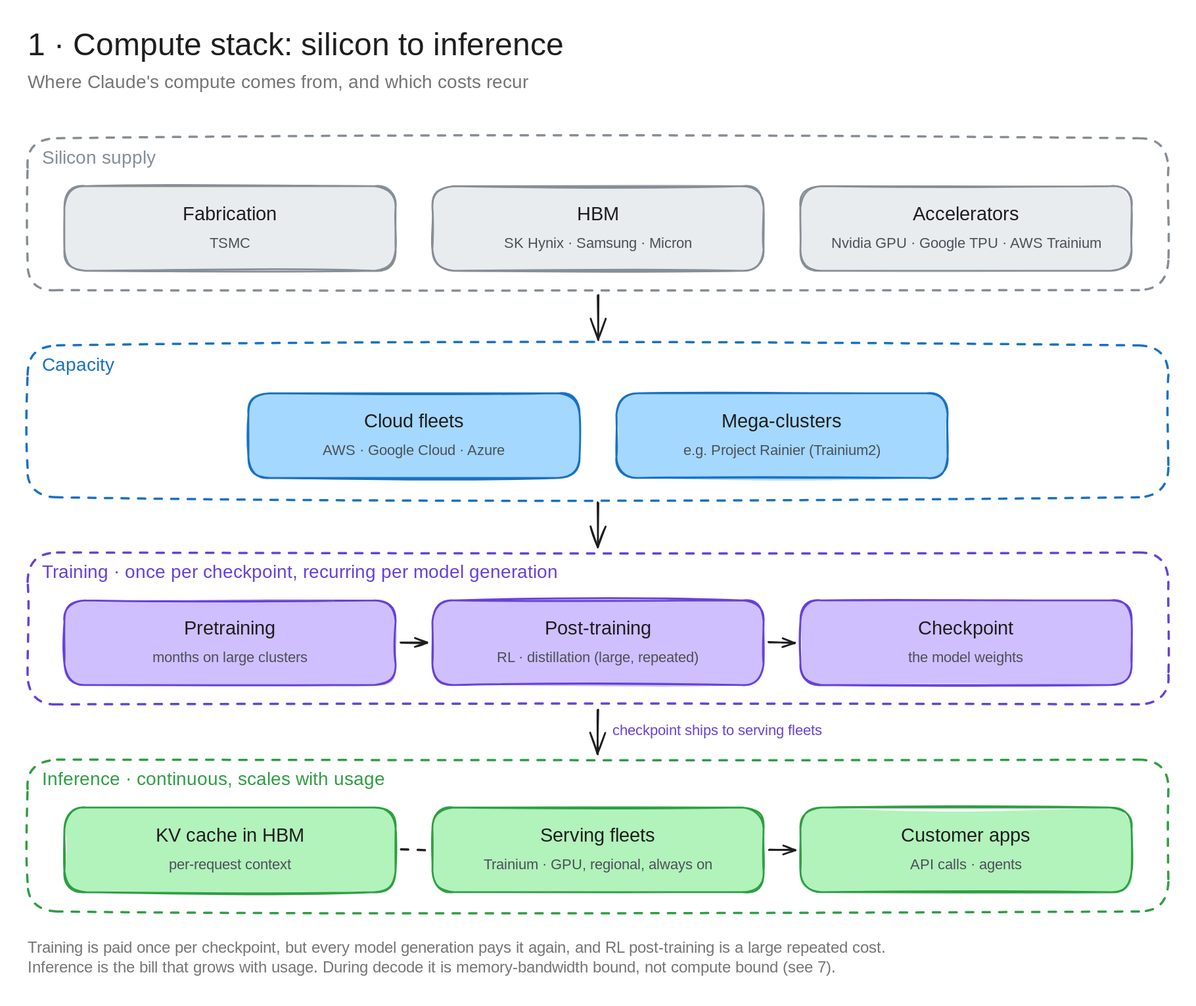
The Excalidraw diagram architecture-diagrams/claude-on-bedrock-excalidraw/diagrams/1-compute-stack.excalidraw.svg in bsnehanshu/slides, before a commit. Source tidied: one line per element, renumbered; positions are measured from the earlier drawing's top-left corner, leaving out a move shared by most shapes.
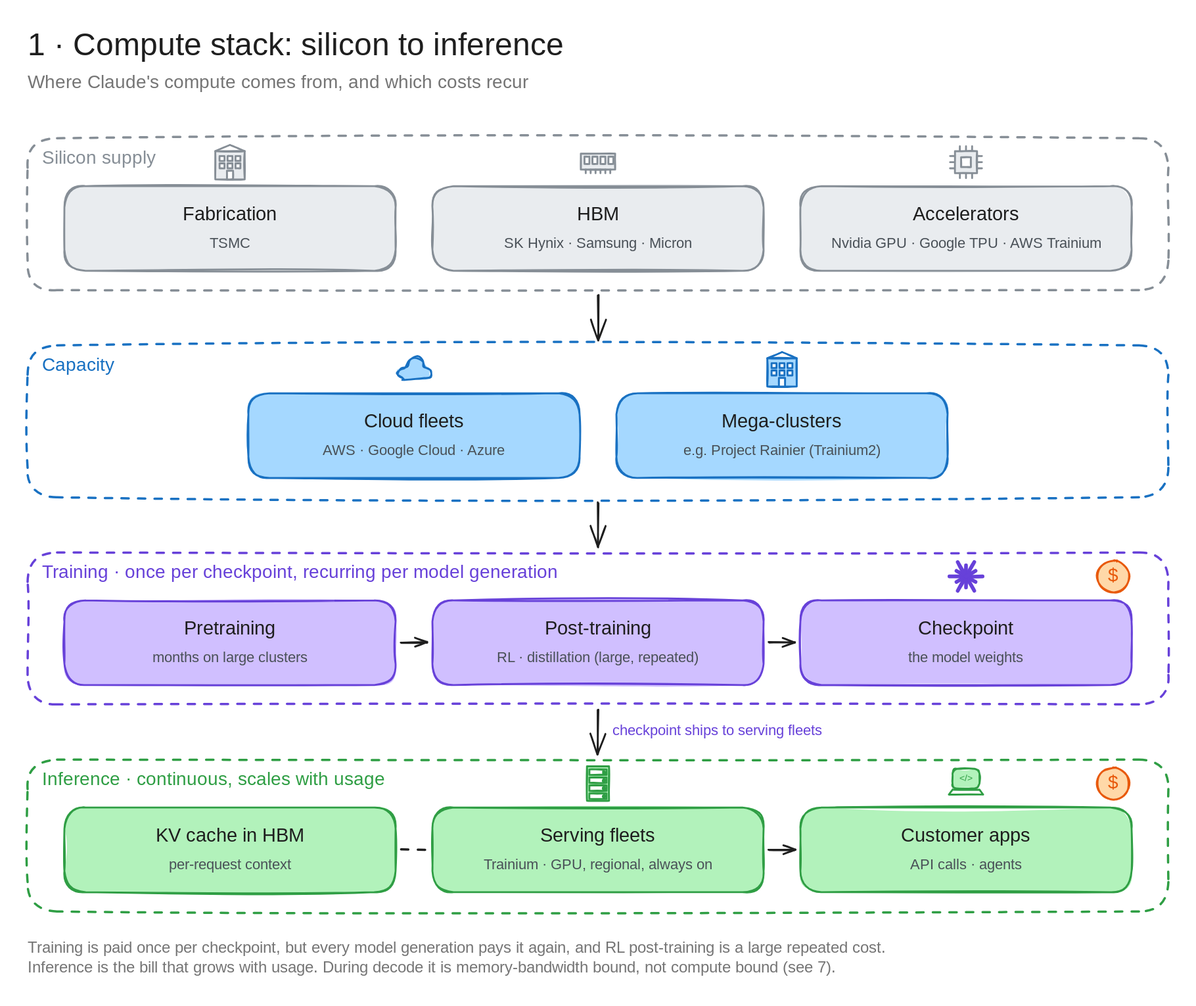
The same diagram one commit later.

Diff of the diagram source:
```diff
@@ -41,12 +41,84 @@
 {"id": 40, "type": "rectangle", "strokeColor": "#2f9e44", "backgroundColor": "#b2f2bb", "fillStyle": "solid", "strokeWidth": 2, "roughness": 1, "round": true, "x": 840, "y": 847, "width": 360, "height": 92}
 {"id": 41, "type": "text", "text": "Customer apps", "strokeColor": "#1e1e1e", "strokeWidth": 2, "roughness": 1, "fontSize": 21, "fontFamily": 5, "textAlign": "center", "x": 944, "y": 866, "width": 151, "height": 26}
 {"id": 42, "type": "text", "text": "API calls · agents", "strokeColor": "#495057", "strokeWidth": 2, "roughness": 1, "fontSize": 16, "fontFamily": 5, "textAlign": "center", "x": 950, "y": 900, "width": 141, "height": 20}
-{"id": 43, "type": "arrow", "strokeColor": "#1e1e1e", "strokeWidth": 2, "roughness": 1, "endArrowhead": "arrow", "round": true, "from": 23, "to": 26, "x": 406, "y": 668, "width": 28, "height": 0, "points": [[0, 0], [28, 0]]}
-{"id": 44, "type": "arrow", "strokeColor": "#1e1e1e", "strokeWidth": 2, "roughness": 1, "endArrowhead": "arrow", "round": true, "from": 26, "to": 29, "x": 806, "y": 668, "width": 28, "height": 0, "points": [[0, 0], [28, 0]]}
-{"id": 45, "type": "arrow", "strokeColor": "#1e1e1e", "strokeWidth": 2, "strokeStyle": "dashed", "roughness": 1, "round": true, "from": 34, "to": 37, "x": 406, "y": 893, "width": 28, "height": 0, "points": [[0, 0], [28, 0]]}
-{"id": 46, "type": "arrow", "strokeColor": "#1e1e1e", "strokeWidth": 2, "roughness": 1, "endArrowhead": "arrow", "round": true, "from": 37, "to": 40, "x": 806, "y": 893, "width": 28, "height": 0, "points": [[0, 0], [28, 0]]}
-{"id": 47, "type": "arrow", "strokeColor": "#1e1e1e", "strokeWidth": 2, "roughness": 1, "endArrowhead": "arrow", "round": true, "from": 2, "to": 13, "x": 620, "y": 291, "width": 0, "height": 48, "points": [[0, 0], [0, 48]]}
-{"id": 48, "type": "arrow", "strokeColor": "#1e1e1e", "strokeWidth": 2, "roughness": 1, "endArrowhead": "arrow", "round": true, "from": 13, "to": 21, "x": 620, "y": 516, "width": 0, "height": 48, "points": [[0, 0], [0, 48]]}
-{"id": 49, "type": "arrow", "strokeColor": "#1e1e1e", "strokeWidth": 2, "roughness": 1, "endArrowhead": "arrow", "round": true, "from": 21, "to": 32, "x": 620, "y": 741, "width": 0, "height": 48, "points": [[0, 0], [0, 48]]}
+{"id": 52, "type": "rectangle", "strokeColor": "#868e96", "backgroundColor": "#e9ecef", "fillStyle": "solid", "strokeWidth": 2, "roughness": 1, "x": 204, "y": 134, "width": 32, "height": 31}
+{"id": 53, "type": "line", "strokeColor": "#868e96", "strokeWidth": 2, "roughness": 1, "x": 204, "y": 134, "width": 32, "height": 7, "points": [[0, 0], [16, -7], [32, 0]]}
+{"id": 54, "type": "rectangle", "strokeColor": "#868e96", "backgroundColor": "#ffffff", "fillStyle": "solid", "strokeWidth": 2, "roughness": 1, "x": 209, "y": 139, "width": 5, "height": 5}
+{"id": 55, "type": "rectangle", "strokeColor": "#868e96", "backgroundColor": "#ffffff", "fillStyle": "solid", "strokeWidth": 2, "roughness": 1, "x": 217, "y": 139, "width": 5, "height": 5}
+{"id": 56, "type": "rectangle", "strokeColor": "#868e96", "backgroundColor": "#ffffff", "fillStyle": "solid", "strokeWidth": 2, "roughness": 1, "x": 226, "y": 139, "width": 5, "height": 5}
+{"id": 57, "type": "rectangle", "strokeColor": "#868e96", "backgroundColor": "#ffffff", "fillStyle": "solid", "strokeWidth": 2, "roughness": 1, "x": 209, "y": 147, "width": 5, "height": 5}
+{"id": 58, "type": "rectangle", "strokeColor": "#868e96", "backgroundColor": "#ffffff", "fillStyle": "solid", "strokeWidth": 2, "roughness": 1, "x": 217, "y": 147, "width": 5, "height": 5}
+{"id": 59, "type": "rectangle", "strokeColor": "#868e96", "backgroundColor": "#ffffff", "fillStyle": "solid", "strokeWidth": 2, "roughness": 1, "x": 226, "y": 147, "width": 5, "height": 5}
+{"id": 60, "type": "rectangle", "strokeColor": "#868e96", "backgroundColor": "#ffffff", "fillStyle": "solid", "strokeWidth": 2, "roughness": 1, "x": 217, "y": 155, "width": 7, "height": 9}
+{"id": 61, "type": "rectangle", "strokeColor": "#868e96", "backgroundColor": "#e9ecef", "fillStyle": "solid", "strokeWidth": 2, "roughness": 1, "x": 601, "y": 137, "width": 37, "height": 17}
+{"id": 62, "type": "rectangle", "strokeColor": "#868e96", "backgroundColor": "#ffffff", "fillStyle": "solid", "strokeWidth": 2, "roughness": 1, "x": 605, "y": 140, "width": 5, "height": 8}
+{"id": 63, "type": "rectangle", "strokeColor": "#868e96", "backgroundColor": "#ffffff", "fillStyle": "solid", "strokeWidth": 2, "roughness": 1, "x": 614, "y": 140, "width": 5, "height": 8}
+{"id": 64, "type": "rectangle", "strokeColor": "#868e96", "backgroundColor": "#ffffff", "fillStyle": "solid", "strokeWidth": 2, "roughness": 1, "x": 623, "y": 140, "width": 5, "height": 8}
+{"id": 65, "type": "rectangle", "strokeColor": "#868e96", "backgroundColor": "#ffffff", "fillStyle": "solid", "strokeWidth": 2, "roughness": 1, "x": 631, "y": 140, "width": 5, "height": 8}
+{"id": 66, "type": "line", "strokeColor": "#868e96", "strokeWidth": 2, "roughness": 1, "x": 607, "y": 154, "width": 0, "height": 4, "points": [[0, 0], [0, 4]]}
+{"id": 67, "type": "line", "strokeColor": "#868e96", "strokeWidth": 2, "roughness": 1, "x": 612, "y": 154, "width": 0, "height": 4, "points": [[0, 0], [0, 4]]}
+{"id": 68, "type": "line", "strokeColor": "#868e96", "strokeWidth": 2, "roughness": 1, "x": 617, "y": 154, "width": 0, "height": 4, "points": [[0, 0], [0, 4]]}
+{"id": 69, "type": "line", "strokeColor": "#868e96", "strokeWidth": 2, "roughness": 1, "x": 623, "y": 154, "width": 0, "height": 4, "points": [[0, 0], [0, 4]]}
+{"id": 70, "type": "line", "strokeColor": "#868e96", "strokeWidth": 2, "roughness": 1, "x": 628, "y": 154, "width": 0, "height": 4, "points": [[0, 0], [0, 4]]}
+{"id": 71, "type": "line", "strokeColor": "#868e96", "strokeWidth": 2, "roughness": 1, "x": 633, "y": 154, "width": 0, "height": 4, "points": [[0, 0], [0, 4]]}
+{"id": 72, "type": "line", "strokeColor": "#868e96", "strokeWidth": 2, "roughness": 1, "x": 1013, "y": 129, "width": 0, "height": 5, "points": [[0, 0], [0, 5]]}
+{"id": 73, "type": "line", "strokeColor": "#868e96", "strokeWidth": 2, "roughness": 1, "x": 1013, "y": 158, "width": 0, "height": 5, "points": [[0, 0], [0, 5]]}
+{"id": 74, "type": "line", "strokeColor": "#868e96", "strokeWidth": 2, "roughness": 1, "x": 1003, "y": 139, "width": 5, "height": 0, "points": [[0, 0], [5, 0]]}
+{"id": 75, "type": "line", "strokeColor": "#868e96", "strokeWidth": 2, "roughness": 1, "x": 1032, "y": 139, "width": 5, "height": 0, "points": [[0, 0], [5, 0]]}
+{"id": 76, "type": "line", "strokeColor": "#868e96", "strokeWidth": 2, "roughness": 1, "x": 1020, "y": 129, "width": 0, "height": 5, "points": [[0, 0], [0, 5]]}
+{"id": 77, "type": "line", "strokeColor": "#868e96", "strokeWidth": 2, "roughness": 1, "x": 1020, "y": 158, "width": 0, "height": 5, "points": [[0, 0], [0, 5]]}
+{"id": 78, "type": "line", "strokeColor": "#868e96", "strokeWidth": 2, "roughness": 1, "x": 1003, "y": 146, "width": 5, "height": 0, "points": [[0, 0], [5, 0]]}
+{"id": 79, "type": "line", "strokeColor": "#868e96", "strokeWidth": 2, "roughness": 1, "x": 1032, "y": 146, "width": 5, "height": 0, "points": [[0, 0], [5, 0]]}
+{"id": 80, "type": "line", "strokeColor": "#868e96", "strokeWidth": 2, "roughness": 1, "x": 1027, "y": 129, "width": 0, "height": 5, "points": [[0, 0], [0, 5]]}
+{"id": 81, "type": "line", "strokeColor": "#868e96", "strokeWidth": 2, "roughness": 1, "x": 1027, "y": 158, "width": 0, "height": 5, "points": [[0, 0], [0, 5]]}
+{"id": 82, "type": "line", "strokeColor": "#868e96", "strokeWidth": 2, "roughness": 1, "x": 1003, "y": 153, "width": 5, "height": 0, "points": [[0, 0], [5, 0]]}
+{"id": 83, "type": "line", "strokeColor": "#868e96", "strokeWidth": 2, "roughness": 1, "x": 1032, "y": 153, "width": 5, "height": 0, "points": [[0, 0], [5, 0]]}
+{"id": 84, "type": "rectangle", "strokeColor": "#868e96", "backgroundColor": "#e9ecef", "fillStyle": "solid", "strokeWidth": 2, "roughness": 1, "x": 1008, "y": 134, "width": 24, "height": 24}
+{"id": 85, "type": "rectangle", "strokeColor": "#868e96", "backgroundColor": "#ffffff", "fillStyle": "solid", "strokeWidth": 2, "roughness": 1, "x": 1015, "y": 141, "width": 11, "height": 11}
+{"id": 86, "type": "line", "strokeColor": "#1971c2", "backgroundColor": "#a5d8ff", "fillStyle": "solid", "strokeWidth": 2, "roughness": 1, "round": true, "x": 408, "y": 382, "width": 35, "height": 24, "points": [[0, 0], [-5, -5], [-3, -12], [4, -14], [7, -21], [15, -24], [22, -20], [24, -14], [29, -10], [29, -3], [24, 0], [0, 0]]}
+{"id": 87, "type": "rectangle", "strokeColor": "#1971c2", "backgroundColor": "#a5d8ff", "fillStyle": "solid", "strokeWidth": 2, "roughness": 1, "x": 804, "y": 359, "width": 32, "height": 31}
+{"id": 88, "type": "line", "strokeColor": "#1971c2", "strokeWidth": 2, "roughness": 1, "x": 804, "y": 359, "width": 32, "height": 7, "points": [[0, 0], [16, -7], [32, 0]]}
+{"id": 89, "type": "rectangle", "strokeColor": "#1971c2", "backgroundColor": "#ffffff", "fillStyle": "solid", "strokeWidth": 2, "roughness": 1, "x": 809, "y": 364, "width": 5, "height": 5}
+{"id": 90, "type": "rectangle", "strokeColor": "#1971c2", "backgroundColor": "#ffffff", "fillStyle": "solid", "strokeWidth": 2, "roughness": 1, "x": 817, "y": 364, "width": 5, "height": 5}
+{"id": 91, "type": "rectangle", "strokeColor": "#1971c2", "backgroundColor": "#ffffff", "fillStyle": "solid", "strokeWidth": 2, "roughness": 1, "x": 826, "y": 364, "width": 5, "height": 5}
+{"id": 92, "type": "rectangle", "strokeColor": "#1971c2", "backgroundColor": "#ffffff", "fillStyle": "solid", "strokeWidth": 2, "roughness": 1, "x": 809, "y": 372, "width": 5, "height": 5}
+{"id": 93, "type": "rectangle", "strokeColor": "#1971c2", "backgroundColor": "#ffffff", "fillStyle": "solid", "strokeWidth": 2, "roughness": 1, "x": 817, "y": 372, "width": 5, "height": 5}
+{"id": 94, "type": "rectangle", "strokeColor": "#1971c2", "backgroundColor": "#ffffff", "fillStyle": "solid", "strokeWidth": 2, "roughness": 1, "x": 826, "y": 372, "width": 5, "height": 5}
+{"id": 95, "type": "rectangle", "strokeColor": "#1971c2", "backgroundColor": "#ffffff", "fillStyle": "solid", "strokeWidth": 2, "roughness": 1, "x": 817, "y": 380, "width": 7, "height": 9}
+{"id": 96, "type": "line", "strokeColor": "#6741d9", "strokeWidth": 4, "roughness": 1, "x": 1020, "y": 596, "width": 18, "height": 0, "points": [[0, 0], [18, 0]]}
+{"id": 97, "type": "line", "strokeColor": "#6741d9", "strokeWidth": 4, "roughness": 1, "x": 1020, "y": 596, "width": 10, "height": 6, "points": [[0, 0], [10, 6]]}
+{"id": 98, "type": "line", "strokeColor": "#6741d9", "strokeWidth": 4, "roughness": 1, "x": 1020, "y": 596, "width": 9, "height": 16, "points": [[0, 0], [9, 16]]}
+{"id": 99, "type": "line", "strokeColor": "#6741d9", "strokeWidth": 4, "roughness": 1, "x": 1020, "y": 596, "width": 0, "height": 12, "points": [[0, 0], [0, 12]]}
+{"id": 100, "type": "line", "strokeColor": "#6741d9", "strokeWidth": 4, "roughness": 1, "x": 1020, "y": 596, "width": 9, "height": 16, "points": [[0, 0], [-9, 16]]}
+{"id": 101, "type": "line", "strokeColor": "#6741d9", "strokeWidth": 4, "roughness": 1, "x": 1020, "y": 596, "width": 10, "height": 6, "points": [[0, 0], [-10, 6]]}
+{"id": 102, "type": "line", "strokeColor": "#6741d9", "strokeWidth": 4, "roughness": 1, "x": 1020, "y": 596, "width": 18, "height": 0, "points": [[0, 0], [-18, 0]]}
+{"id": 103, "type": "line", "strokeColor": "#6741d9", "strokeWidth": 4, "roughness": 1, "x": 1020, "y": 596, "width": 10, "height": 6, "points": [[0, 0], [-10, -6]]}
+{"id": 104, "type": "line", "strokeColor": "#6741d9", "strokeWidth": 4, "roughness": 1, "x": 1020, "y": 596, "width": 9, "height": 16, "points": [[0, 0], [-9, -16]]}
+{"id": 105, "type": "line", "strokeColor": "#6741d9", "strokeWidth": 4, "roughness": 1, "x": 1020, "y": 596, "width": 0, "height": 12, "points": [[0, 0], [0, -12]]}
+{"id": 106, "type": "line", "strokeColor": "#6741d9", "strokeWidth": 4, "roughness": 1, "x": 1020, "y": 596, "width": 9, "height": 16, "points": [[0, 0], [9, -16]]}
+{"id": 107, "type": "line", "strokeColor": "#6741d9", "strokeWidth": 4, "roughness": 1, "x": 1020, "y": 596, "width": 10, "height": 6, "points": [[0, 0], [10, -6]]}
+{"id": 108, "type": "ellipse", "strokeColor": "#e8590c", "backgroundColor": "#ffd8a8", "fillStyle": "solid", "strokeWidth": 2, "roughness": 1, "round": true, "x": 1163, "y": 579, "width": 35, "height": 35}
+{"id": 109, "type": "text", "text": "$", "strokeColor": "#e8590c", "strokeWidth": 2, "roughness": 1, "fontSize": 20, "fontFamily": 5, "textAlign": "center", "x": 1172, "y": 584, "width": 17, "height": 25}
+{"id": 110, "type": "rectangle", "strokeColor": "#2f9e44", "backgroundColor": "#b2f2bb", "fillStyle": "solid", "strokeWidth": 2, "roughness": 1, "x": 608, "y": 802, "width": 24, "height": 37}
+{"id": 111, "type": "rectangle", "strokeColor": "#2f9e44", "backgroundColor": "#ffffff", "fillStyle": "solid", "strokeWidth": 2, "roughness": 1, "x": 611, "y": 806, "width": 19, "height": 6}
+{"id": 112, "type": "ellipse", "strokeColor": "#2f9e44", "backgroundColor": "#2f9e44", "fillStyle": "solid", "strokeWidth": 2, "roughness": 1, "round": true, "x": 625, "y": 808, "width": 3, "height": 3}
+{"id": 113, "type": "rectangle", "strokeColor": "#2f9e44", "backgroundColor": "#ffffff", "fillStyle": "solid", "strokeWidth": 2, "roughness": 1, "x": 611, "y": 814, "width": 19, "height": 6}
+{"id": 114, "type": "ellipse", "strokeColor": "#2f9e44", "backgroundColor": "#2f9e44", "fillStyle": "solid", "strokeWidth": 2, "roughness": 1, "round": true, "x": 625, "y": 816, "width": 3, "height": 3}
+{"id": 115, "type": "rectangle", "strokeColor": "#2f9e44", "backgroundColor": "#ffffff", "fillStyle": "solid", "strokeWidth": 2, "roughness": 1, "x": 611, "y": 823, "width": 19, "height": 6}
+{"id": 116, "type": "ellipse", "strokeColor": "#2f9e44", "backgroundColor": "#2f9e44", "fillStyle": "solid", "strokeWidth": 2, "roughness": 1, "round": true, "x": 625, "y": 825, "width": 3, "height": 3}
+{"id": 117, "type": "rectangle", "strokeColor": "#2f9e44", "backgroundColor": "#ffffff", "fillStyle": "solid", "strokeWidth": 2, "roughness": 1, "x": 611, "y": 832, "width": 19, "height": 6}
+{"id": 118, "type": "ellipse", "strokeColor": "#2f9e44", "backgroundColor": "#2f9e44", "fillStyle": "solid", "strokeWidth": 2, "roughness": 1, "round": true, "x": 625, "y": 834, "width": 3, "height": 3}
+{"id": 119, "type": "rectangle", "strokeColor": "#2f9e44", "backgroundColor": "#b2f2bb", "fillStyle": "solid", "strokeWidth": 2, "roughness": 1, "round": true, "x": 1005, "y": 805, "width": 29, "height": 21}
+{"id": 120, "type": "line", "strokeColor": "#2f9e44", "backgroundColor": "#ffffff", "fillStyle": "solid", "strokeWidth": 2, "roughness": 1, "x": 1001, "y": 833, "width": 37, "height": 5, "points": [[0, 0], [4, -5], [33, -5], [37, 0], [0, 0]]}
+{"id": 121, "type": "text", "text": "</>", "strokeColor": "#2f9e44", "strokeWidth": 2, "roughness": 1, "fontSize": 10, "fontFamily": 5, "textAlign": "center", "x": 1010, "y": 809, "width": 19, "height": 12}
+{"id": 122, "type": "ellipse", "strokeColor": "#e8590c", "backgroundColor": "#ffd8a8", "fillStyle": "solid", "strokeWidth": 2, "roughness": 1, "round": true, "x": 1163, "y": 804, "width": 35, "height": 35}
+{"id": 123, "type": "text", "text": "$", "strokeColor": "#e8590c", "strokeWidth": 2, "roughness": 1, "fontSize": 20, "fontFamily": 5, "textAlign": "center", "x": 1172, "y": 808, "width": 17, "height": 25}
+{"id": 124, "type": "arrow", "strokeColor": "#1e1e1e", "strokeWidth": 2, "roughness": 1, "endArrowhead": "arrow", "round": true, "from": 23, "to": 26, "x": 406, "y": 668, "width": 28, "height": 0, "points": [[0, 0], [28, 0]]}
+{"id": 125, "type": "arrow", "strokeColor": "#1e1e1e", "strokeWidth": 2, "roughness": 1, "endArrowhead": "arrow", "round": true, "from": 26, "to": 29, "x": 806, "y": 668, "width": 28, "height": 0, "points": [[0, 0], [28, 0]]}
+{"id": 126, "type": "arrow", "strokeColor": "#1e1e1e", "strokeWidth": 2, "strokeStyle": "dashed", "roughness": 1, "round": true, "from": 34, "to": 37, "x": 406, "y": 893, "width": 28, "height": 0, "points": [[0, 0], [28, 0]]}
+{"id": 127, "type": "arrow", "strokeColor": "#1e1e1e", "strokeWidth": 2, "roughness": 1, "endArrowhead": "arrow", "round": true, "from": 37, "to": 40, "x": 806, "y": 893, "width": 28, "height": 0, "points": [[0, 0], [28, 0]]}
+{"id": 128, "type": "arrow", "strokeColor": "#1e1e1e", "strokeWidth": 2, "roughness": 1, "endArrowhead": "arrow", "round": true, "from": 2, "to": 13, "x": 620, "y": 291, "width": 0, "height": 48, "points": [[0, 0], [0, 48]]}
+{"id": 129, "type": "arrow", "strokeColor": "#1e1e1e", "strokeWidth": 2, "roughness": 1, "endArrowhead": "arrow", "round": true, "from": 13, "to": 21, "x": 620, "y": 516, "width": 0, "height": 48, "points": [[0, 0], [0, 48]]}
+{"id": 130, "type": "arrow", "strokeColor": "#1e1e1e", "strokeWidth": 2, "roughness": 1, "endArrowhead": "arrow", "round": true, "from": 21, "to": 32, "x": 620, "y": 741, "width": 0, "height": 48, "points": [[0, 0], [0, 48]]}
 {"id": 50, "type": "text", "text": "checkpoint ships to serving fleets", "strokeColor": "#6741d9", "strokeWidth": 2, "roughness": 1, "fontSize": 16, "fontFamily": 5, "x": 636, "y": 754, "width": 267, "height": 20}
 {"id": 51, "type": "text", "text": "Training is paid once per checkpoint, but every model generation pays it again, and RL post-training is a large repeated cost.\nInference is the bill that grows with usage. During decode it is memory-bandwidth bound, not compute bound (see 7).", "strokeColor": "#757575", "strokeWidth": 2, "roughness": 1, "fontSize": 17, "fontFamily": 5, "x": 0, "y": 990, "width": 1035, "height": 42}
```
